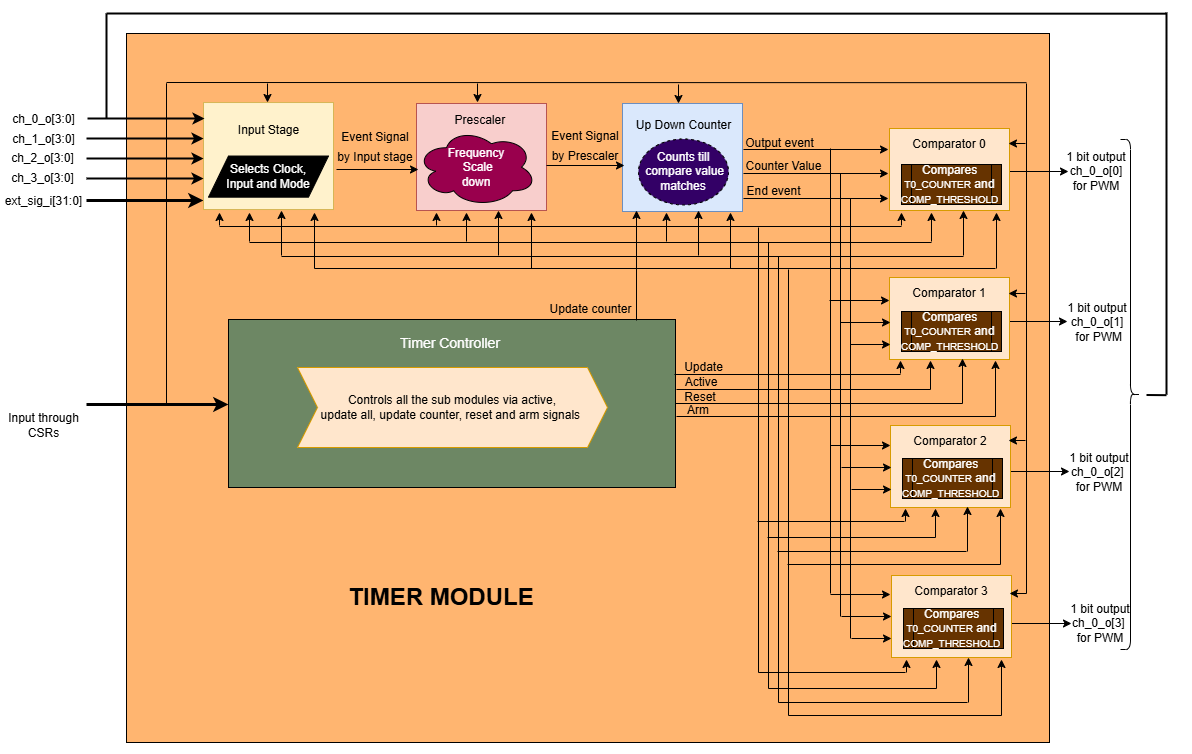
The draw.io diagram docs/doc-src/ip-blocks/apb_adv_timer_diagram_1.png in openhwgroup/core-v-mcu, before a commit. Source tidied: cells renumbered, new cells last; positions are measured from the earlier drawing's top-left corner, leaving out a move shared by most shapes.
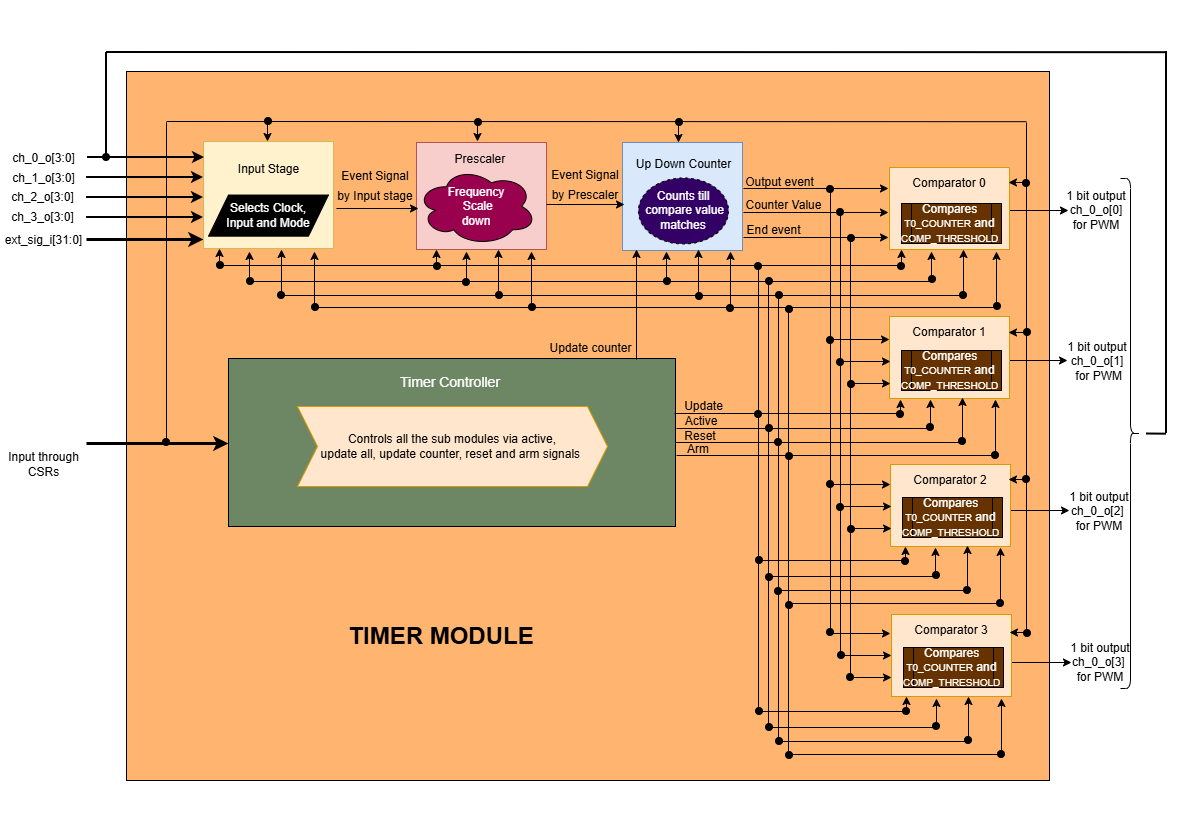
Above is the later version.

Commit message:
incorporated the review comments

Diff of the diagram source:
```diff
@@ -5,3 +5,3 @@
     <mxCell id="2" style="rounded=0;whiteSpace=wrap;html=1;fillColor=#FFB570;" parent="1" vertex="1">
-      <mxGeometry x="126" y="33" width="923" height="709" as="geometry" />
+      <mxGeometry x="126" y="32" width="923" height="709" as="geometry" />
     </mxCell>
@@ -228,4 +228,4 @@
       <mxGeometry relative="1" as="geometry">
-        <mxPoint y="15" as="sourcePoint" />
-        <mxPoint y="2" as="targetPoint" />
+        <mxPoint y="13" as="sourcePoint" />
+        <mxPoint as="targetPoint" />
       </mxGeometry>
@@ -261,4 +261,4 @@
       <mxGeometry relative="1" as="geometry">
-        <mxPoint y="15" as="sourcePoint" />
-        <mxPoint y="2" as="targetPoint" />
+        <mxPoint y="13" as="sourcePoint" />
+        <mxPoint as="targetPoint" />
       </mxGeometry>
@@ -288,4 +288,4 @@
       <mxGeometry relative="1" as="geometry">
-        <mxPoint y="15" as="sourcePoint" />
-        <mxPoint y="2" as="targetPoint" />
+        <mxPoint y="12" as="sourcePoint" />
+        <mxPoint y="-1" as="targetPoint" />
       </mxGeometry>
@@ -304,2 +304,5 @@
     </mxCell>
+    <mxCell id="155" style="shape=ellipse;fillColor=#000000;strokeColor=default;html=1;sketch=0;strokeWidth=1;" parent="69" vertex="1">
+      <mxGeometry x="-3" y="12" width="7" height="7" as="geometry" />
+    </mxCell>
     <mxCell id="74" style="endArrow=none;html=1;rounded=0;" parent="1" edge="1">
@@ -327,4 +330,4 @@
       <mxGeometry relative="1" as="geometry">
-        <mxPoint y="15" as="sourcePoint" />
-        <mxPoint y="2" as="targetPoint" />
+        <mxPoint y="14" as="sourcePoint" />
+        <mxPoint y="1" as="targetPoint" />
       </mxGeometry>
@@ -354,4 +357,4 @@
       <mxGeometry relative="1" as="geometry">
-        <mxPoint y="15" as="sourcePoint" />
-        <mxPoint y="2" as="targetPoint" />
+        <mxPoint y="13" as="sourcePoint" />
+        <mxPoint as="targetPoint" />
       </mxGeometry>
@@ -738,2 +741,197 @@
     </mxCell>
+    <mxCell id="156" style="shape=ellipse;fillColor=#000000;strokeColor=default;html=1;sketch=0;strokeWidth=1;" parent="1" vertex="1">
+      <mxGeometry x="826" y="146" width="7" height="7" as="geometry" />
+    </mxCell>
+    <mxCell id="157" style="shape=ellipse;fillColor=#000000;strokeColor=default;html=1;sketch=0;strokeWidth=1;" parent="1" vertex="1">
+      <mxGeometry x="836" y="169" width="7" height="7" as="geometry" />
+    </mxCell>
+    <mxCell id="158" style="shape=ellipse;fillColor=#000000;strokeColor=default;html=1;sketch=0;strokeWidth=1;" parent="1" vertex="1">
+      <mxGeometry x="847" y="195" width="7" height="7" as="geometry" />
+    </mxCell>
+    <mxCell id="159" style="shape=ellipse;fillColor=#000000;strokeColor=default;html=1;sketch=0;strokeWidth=1;" parent="1" vertex="1">
+      <mxGeometry x="246" y="238" width="7" height="7" as="geometry" />
+    </mxCell>
+    <mxCell id="160" style="shape=ellipse;fillColor=#000000;strokeColor=default;html=1;sketch=0;strokeWidth=1;" parent="1" vertex="1">
+      <mxGeometry x="277" y="252" width="7" height="7" as="geometry" />
+    </mxCell>
+    <mxCell id="161" style="shape=ellipse;fillColor=#000000;strokeColor=default;html=1;sketch=0;strokeWidth=1;" parent="1" vertex="1">
+      <mxGeometry x="311" y="264" width="7" height="7" as="geometry" />
+    </mxCell>
+    <mxCell id="162" style="shape=ellipse;fillColor=#000000;strokeColor=default;html=1;sketch=0;strokeWidth=1;" parent="1" vertex="1">
+      <mxGeometry x="433" y="223" width="7" height="7" as="geometry" />
+    </mxCell>
+    <mxCell id="163" style="shape=ellipse;fillColor=#000000;strokeColor=default;html=1;sketch=0;strokeWidth=1;" parent="1" vertex="1">
+      <mxGeometry x="462" y="239" width="7" height="7" as="geometry" />
+    </mxCell>
+    <mxCell id="164" style="shape=ellipse;fillColor=#000000;strokeColor=default;html=1;sketch=0;strokeWidth=1;" parent="1" vertex="1">
+      <mxGeometry x="495" y="252" width="7" height="7" as="geometry" />
+    </mxCell>
+    <mxCell id="165" style="shape=ellipse;fillColor=#000000;strokeColor=default;html=1;sketch=0;strokeWidth=1;" parent="1" vertex="1">
+      <mxGeometry x="528" y="264" width="7" height="7" as="geometry" />
+    </mxCell>
+    <mxCell id="166" style="shape=ellipse;fillColor=#000000;strokeColor=default;html=1;sketch=0;strokeWidth=1;" parent="1" vertex="1">
+      <mxGeometry x="663" y="238" width="7" height="7" as="geometry" />
+    </mxCell>
+    <mxCell id="167" style="shape=ellipse;fillColor=#000000;strokeColor=default;html=1;sketch=0;strokeWidth=1;" parent="1" vertex="1">
+      <mxGeometry x="695" y="253" width="7" height="7" as="geometry" />
+    </mxCell>
+    <mxCell id="168" style="shape=ellipse;fillColor=#000000;strokeColor=default;html=1;sketch=0;strokeWidth=1;" parent="1" vertex="1">
+      <mxGeometry x="726" y="265" width="7" height="7" as="geometry" />
+    </mxCell>
+    <mxCell id="169" style="shape=ellipse;fillColor=#000000;strokeColor=default;html=1;sketch=0;strokeWidth=1;" parent="1" vertex="1">
+      <mxGeometry x="754" y="223" width="7" height="7" as="geometry" />
+    </mxCell>
+    <mxCell id="170" style="shape=ellipse;fillColor=#000000;strokeColor=default;html=1;sketch=0;strokeWidth=1;" parent="1" vertex="1">
+      <mxGeometry x="765" y="238" width="7" height="7" as="geometry" />
+    </mxCell>
+    <mxCell id="171" style="shape=ellipse;fillColor=#000000;strokeColor=default;html=1;sketch=0;strokeWidth=1;" parent="1" vertex="1">
+      <mxGeometry x="775" y="252" width="7" height="7" as="geometry" />
+    </mxCell>
+    <mxCell id="172" style="shape=ellipse;fillColor=#000000;strokeColor=default;html=1;sketch=0;strokeWidth=1;" parent="1" vertex="1">
+      <mxGeometry x="785" y="266" width="7" height="7" as="geometry" />
+    </mxCell>
+    <mxCell id="173" style="shape=ellipse;fillColor=#000000;strokeColor=default;html=1;sketch=0;strokeWidth=1;" parent="1" vertex="1">
+      <mxGeometry x="754" y="371" width="7" height="7" as="geometry" />
+    </mxCell>
+    <mxCell id="174" style="shape=ellipse;fillColor=#000000;strokeColor=default;html=1;sketch=0;strokeWidth=1;" parent="1" vertex="1">
+      <mxGeometry x="765" y="385" width="7" height="7" as="geometry" />
+    </mxCell>
+    <mxCell id="175" style="shape=ellipse;fillColor=#000000;strokeColor=default;html=1;sketch=0;strokeWidth=1;" parent="1" vertex="1">
+      <mxGeometry x="774" y="399" width="7" height="7" as="geometry" />
+    </mxCell>
+    <mxCell id="176" style="shape=ellipse;fillColor=#000000;strokeColor=default;html=1;sketch=0;strokeWidth=1;" parent="1" vertex="1">
+      <mxGeometry x="785" y="413" width="7" height="7" as="geometry" />
+    </mxCell>
+    <mxCell id="177" style="shape=ellipse;fillColor=#000000;strokeColor=default;html=1;sketch=0;strokeWidth=1;" parent="1" vertex="1">
+      <mxGeometry x="755" y="517" width="7" height="7" as="geometry" />
+    </mxCell>
+    <mxCell id="178" style="shape=ellipse;fillColor=#000000;strokeColor=default;html=1;sketch=0;strokeWidth=1;" parent="1" vertex="1">
+      <mxGeometry x="765" y="534" width="7" height="7" as="geometry" />
+    </mxCell>
+    <mxCell id="179" style="shape=ellipse;fillColor=#000000;strokeColor=default;html=1;sketch=0;strokeWidth=1;" parent="1" vertex="1">
+      <mxGeometry x="774" y="548" width="7" height="7" as="geometry" />
+    </mxCell>
+    <mxCell id="180" style="shape=ellipse;fillColor=#000000;strokeColor=default;html=1;sketch=0;strokeWidth=1;" parent="1" vertex="1">
+      <mxGeometry x="785" y="562" width="7" height="7" as="geometry" />
+    </mxCell>
+    <mxCell id="181" style="shape=ellipse;fillColor=#000000;strokeColor=default;html=1;sketch=0;strokeWidth=1;" parent="1" vertex="1">
+      <mxGeometry x="755" y="668" width="7" height="7" as="geometry" />
+    </mxCell>
+    <mxCell id="182" style="shape=ellipse;fillColor=#000000;strokeColor=default;html=1;sketch=0;strokeWidth=1;" parent="1" vertex="1">
+      <mxGeometry x="765" y="684" width="7" height="7" as="geometry" />
+    </mxCell>
+    <mxCell id="183" style="shape=ellipse;fillColor=#000000;strokeColor=default;html=1;sketch=0;strokeWidth=1;" parent="1" vertex="1">
+      <mxGeometry x="775" y="698" width="7" height="7" as="geometry" />
+    </mxCell>
+    <mxCell id="184" style="shape=ellipse;fillColor=#000000;strokeColor=default;html=1;sketch=0;strokeWidth=1;" parent="1" vertex="1">
+      <mxGeometry x="785" y="712" width="7" height="7" as="geometry" />
+    </mxCell>
+    <mxCell id="185" style="shape=ellipse;fillColor=#000000;strokeColor=default;html=1;sketch=0;strokeWidth=1;" parent="1" vertex="1">
+      <mxGeometry x="902" y="668" width="7" height="7" as="geometry" />
+    </mxCell>
+    <mxCell id="186" style="shape=ellipse;fillColor=#000000;strokeColor=default;html=1;sketch=0;strokeWidth=1;" parent="1" vertex="1">
+      <mxGeometry x="932" y="683" width="7" height="7" as="geometry" />
+    </mxCell>
+    <mxCell id="187" style="shape=ellipse;fillColor=#000000;strokeColor=default;html=1;sketch=0;strokeWidth=1;" parent="1" vertex="1">
+      <mxGeometry x="964" y="697" width="7" height="7" as="geometry" />
+    </mxCell>
+    <mxCell id="188" style="shape=ellipse;fillColor=#000000;strokeColor=default;html=1;sketch=0;strokeWidth=1;" parent="1" vertex="1">
+      <mxGeometry x="997" y="711" width="7" height="7" as="geometry" />
+    </mxCell>
+    <mxCell id="189" style="shape=ellipse;fillColor=#000000;strokeColor=default;html=1;sketch=0;strokeWidth=1;" parent="1" vertex="1">
+      <mxGeometry x="901" y="518" width="7" height="7" as="geometry" />
+    </mxCell>
+    <mxCell id="190" style="shape=ellipse;fillColor=#000000;strokeColor=default;html=1;sketch=0;strokeWidth=1;" parent="1" vertex="1">
+      <mxGeometry x="932" y="532" width="7" height="7" as="geometry" />
+    </mxCell>
+    <mxCell id="191" style="shape=ellipse;fillColor=#000000;strokeColor=default;html=1;sketch=0;strokeWidth=1;" parent="1" vertex="1">
+      <mxGeometry x="963" y="547" width="7" height="7" as="geometry" />
+    </mxCell>
+    <mxCell id="192" style="shape=ellipse;fillColor=#000000;strokeColor=default;html=1;sketch=0;strokeWidth=1;" parent="1" vertex="1">
+      <mxGeometry x="996" y="560" width="7" height="7" as="geometry" />
+    </mxCell>
+    <mxCell id="193" style="shape=ellipse;fillColor=#000000;strokeColor=default;html=1;sketch=0;strokeWidth=1;" parent="1" vertex="1">
+      <mxGeometry x="896" y="371" width="7" height="7" as="geometry" />
+    </mxCell>
+    <mxCell id="194" style="shape=ellipse;fillColor=#000000;strokeColor=default;html=1;sketch=0;strokeWidth=1;" parent="1" vertex="1">
+      <mxGeometry x="926" y="384" width="7" height="7" as="geometry" />
+    </mxCell>
+    <mxCell id="195" style="shape=ellipse;fillColor=#000000;strokeColor=default;html=1;sketch=0;strokeWidth=1;" parent="1" vertex="1">
+      <mxGeometry x="958" y="398" width="7" height="7" as="geometry" />
+    </mxCell>
+    <mxCell id="196" style="shape=ellipse;fillColor=#000000;strokeColor=default;html=1;sketch=0;strokeWidth=1;" parent="1" vertex="1">
+      <mxGeometry x="991" y="412" width="7" height="7" as="geometry" />
+    </mxCell>
+    <mxCell id="197" style="shape=ellipse;fillColor=#000000;strokeColor=default;html=1;sketch=0;strokeWidth=1;" parent="1" vertex="1">
+      <mxGeometry x="897" y="223" width="7" height="7" as="geometry" />
+    </mxCell>
+    <mxCell id="198" style="shape=ellipse;fillColor=#000000;strokeColor=default;html=1;sketch=0;strokeWidth=1;" parent="1" vertex="1">
+      <mxGeometry x="928" y="236" width="7" height="7" as="geometry" />
+    </mxCell>
+    <mxCell id="199" style="shape=ellipse;fillColor=#000000;strokeColor=default;html=1;sketch=0;strokeWidth=1;" parent="1" vertex="1">
+      <mxGeometry x="959" y="252" width="7" height="7" as="geometry" />
+    </mxCell>
+    <mxCell id="200" style="shape=ellipse;fillColor=#000000;strokeColor=default;html=1;sketch=0;strokeWidth=1;" parent="1" vertex="1">
+      <mxGeometry x="993" y="263" width="7" height="7" as="geometry" />
+    </mxCell>
+    <mxCell id="201" style="shape=ellipse;fillColor=#000000;strokeColor=default;html=1;sketch=0;strokeWidth=1;" parent="1" vertex="1">
+      <mxGeometry x="102" y="114" width="7" height="7" as="geometry" />
+    </mxCell>
+    <mxCell id="202" style="shape=ellipse;fillColor=#000000;strokeColor=default;html=1;sketch=0;strokeWidth=1;" parent="1" vertex="1">
+      <mxGeometry x="826" y="297" width="7" height="7" as="geometry" />
+    </mxCell>
+    <mxCell id="203" style="shape=ellipse;fillColor=#000000;strokeColor=default;html=1;sketch=0;strokeWidth=1;" parent="1" vertex="1">
+      <mxGeometry x="836" y="319" width="7" height="7" as="geometry" />
+    </mxCell>
+    <mxCell id="204" style="shape=ellipse;fillColor=#000000;strokeColor=default;html=1;sketch=0;strokeWidth=1;" parent="1" vertex="1">
+      <mxGeometry x="847" y="341" width="7" height="7" as="geometry" />
+    </mxCell>
+    <mxCell id="205" style="shape=ellipse;fillColor=#000000;strokeColor=default;html=1;sketch=0;strokeWidth=1;" parent="1" vertex="1">
+      <mxGeometry x="826" y="441" width="7" height="7" as="geometry" />
+    </mxCell>
+    <mxCell id="206" style="shape=ellipse;fillColor=#000000;strokeColor=default;html=1;sketch=0;strokeWidth=1;" parent="1" vertex="1">
+      <mxGeometry x="836" y="464" width="7" height="7" as="geometry" />
+    </mxCell>
+    <mxCell id="207" style="shape=ellipse;fillColor=#000000;strokeColor=default;html=1;sketch=0;strokeWidth=1;" parent="1" vertex="1">
+      <mxGeometry x="847" y="486" width="7" height="7" as="geometry" />
+    </mxCell>
+    <mxCell id="208" style="shape=ellipse;fillColor=#000000;strokeColor=default;html=1;sketch=0;strokeWidth=1;" parent="1" vertex="1">
+      <mxGeometry x="826" y="589" width="7" height="7" as="geometry" />
+    </mxCell>
+    <mxCell id="209" style="shape=ellipse;fillColor=#000000;strokeColor=default;html=1;sketch=0;strokeWidth=1;" parent="1" vertex="1">
+      <mxGeometry x="837" y="612" width="7" height="7" as="geometry" />
+    </mxCell>
+    <mxCell id="210" style="shape=ellipse;fillColor=#000000;strokeColor=default;html=1;sketch=0;strokeWidth=1;" parent="1" vertex="1">
+      <mxGeometry x="846" y="634" width="7" height="7" as="geometry" />
+    </mxCell>
+    <mxCell id="211" style="shape=ellipse;fillColor=#000000;strokeColor=default;html=1;sketch=0;strokeWidth=1;" parent="1" vertex="1">
+      <mxGeometry x="264" y="78" width="7" height="7" as="geometry" />
+    </mxCell>
+    <mxCell id="212" style="shape=ellipse;fillColor=#000000;strokeColor=default;html=1;sketch=0;strokeWidth=1;" parent="1" vertex="1">
+      <mxGeometry x="474" y="79" width="7" height="7" as="geometry" />
+    </mxCell>
+    <mxCell id="213" style="shape=ellipse;fillColor=#000000;strokeColor=default;html=1;sketch=0;strokeWidth=1;" parent="1" vertex="1">
+      <mxGeometry x="675" y="79" width="7" height="7" as="geometry" />
+    </mxCell>
+    <mxCell id="214" style="shape=ellipse;fillColor=#000000;strokeColor=default;html=1;sketch=0;strokeWidth=1;" parent="1" vertex="1">
+      <mxGeometry x="1022" y="140" width="7" height="7" as="geometry" />
+    </mxCell>
+    <mxCell id="215" style="shape=ellipse;fillColor=#000000;strokeColor=default;html=1;sketch=0;strokeWidth=1;" parent="1" vertex="1">
+      <mxGeometry x="1023" y="289" width="7" height="7" as="geometry" />
+    </mxCell>
+    <mxCell id="216" style="shape=ellipse;fillColor=#000000;strokeColor=default;html=1;sketch=0;strokeWidth=1;" parent="1" vertex="1">
+      <mxGeometry x="1022" y="436" width="7" height="7" as="geometry" />
+    </mxCell>
+    <mxCell id="217" style="shape=ellipse;fillColor=#000000;strokeColor=default;html=1;sketch=0;strokeWidth=1;" parent="1" vertex="1">
+      <mxGeometry x="1023" y="590" width="7" height="7" as="geometry" />
+    </mxCell>
+    <mxCell id="218" style="shape=ellipse;fillColor=#000000;strokeColor=default;html=1;sketch=0;strokeWidth=1;" parent="1" vertex="1">
+      <mxGeometry x="162" y="399" width="7" height="7" as="geometry" />
+    </mxCell>
+    <mxCell id="219" style="rounded=0;whiteSpace=wrap;html=1;strokeColor=#FFFFFF;direction=west;" parent="1" vertex="1">
+      <mxGeometry x="476" y="-39" width="120" height="40" as="geometry" />
+    </mxCell>
+    <mxCell id="220" style="rounded=0;whiteSpace=wrap;html=1;strokeColor=#FFFFFF;direction=west;" parent="1" vertex="1">
+      <mxGeometry x="516" y="756" width="120" height="40" as="geometry" />
+    </mxCell>
   </root>
```
